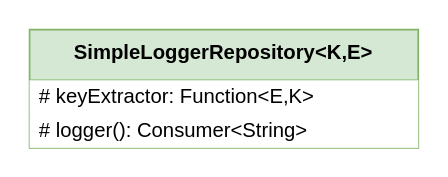
Before: docs/SimpleLoggerRepository.drawio in BrunoMNDantas/Repository4J, a draw.io diagram. Source tidied: cells renumbered, new cells numbered last; positions are measured from the earlier drawing's top-left corner, leaving out a move shared by most shapes. Both pictures are drawn from the tidied source at 169%, with x=0, y=0 at pixel (29, 29).
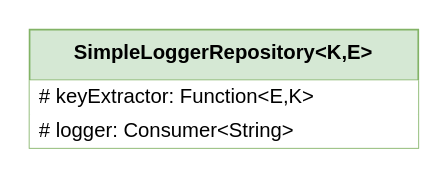
Above is the later version.

Commit message (it also covers changes not shown here):
SimpleLoggerRepository UML fixed

Diff of the diagram source:
```diff
@@
 <mxGraphModel>
   <root>
     <mxCell id="0" />
     <mxCell id="1" parent="0" />
     <mxCell id="2" value="&lt;div&gt;&lt;b style=&quot;background-color: transparent; color: light-dark(rgb(0, 0, 0), rgb(255, 255, 255));&quot;&gt;SimpleLoggerRepository&amp;lt;K,E&amp;gt;&lt;/b&gt;&lt;/div&gt;" style="swimlane;fontStyle=0;align=center;verticalAlign=top;horizontal=1;startSize=30;html=1;whiteSpace=wrap;fillColor=#d5e8d4;strokeColor=#82b366;" parent="1" vertex="1">
       <mxGeometry width="230" height="70" as="geometry" />
     </mxCell>
     <mxCell id="3" value="# keyExtractor: Function&amp;lt;E,K&amp;gt;" style="text;html=1;align=left;verticalAlign=middle;spacingLeft=4;spacingRight=4;overflow=hidden;whiteSpace=wrap;fillColor=default;" parent="2" vertex="1">
       <mxGeometry y="30" width="230" height="20" as="geometry" />
     </mxCell>
-    <mxCell id="4" value="# logger(): Consumer&amp;lt;String&amp;gt;" style="text;html=1;align=left;verticalAlign=middle;spacingLeft=4;spacingRight=4;overflow=hidden;whiteSpace=wrap;fillColor=default;" parent="2" vertex="1">
+    <mxCell id="4" value="# logger: Consumer&amp;lt;String&amp;gt;" style="text;html=1;align=left;verticalAlign=middle;spacingLeft=4;spacingRight=4;overflow=hidden;whiteSpace=wrap;fillColor=default;" parent="2" vertex="1">
       <mxGeometry y="50" width="230" height="20" as="geometry" />
     </mxCell>
   </root>
 </mxGraphModel>
```
